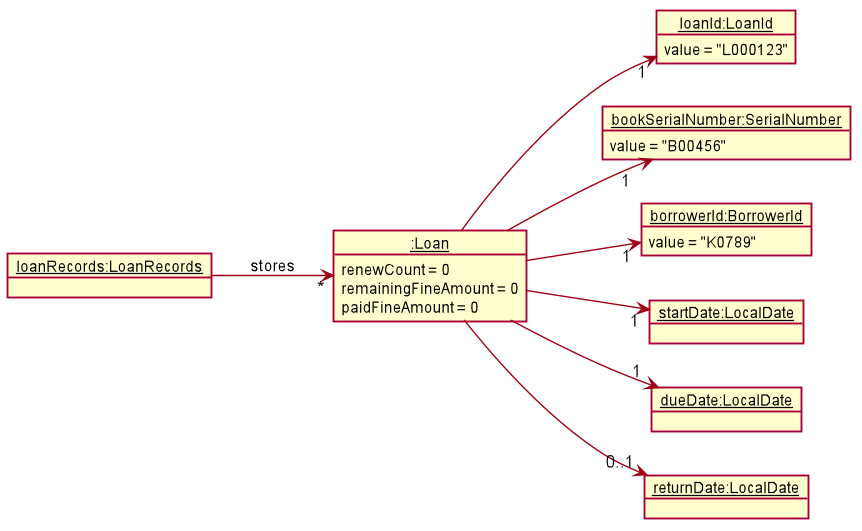
The PlantUML diagram docs/images/LoanObjectDiagram.png in nus-cs2103-AY1920S1/addressbook-level3, before a commit. Source of this version:
```plantuml
@startuml








skinparam BackgroundColor #FFFFFFF

skinparam Shadowing false

skinparam Class {
    FontColor #FFFFFF
    BorderThickness 1
    BorderColor #FFFFFF
    StereotypeFontColor #FFFFFF
    FontName Arial
}

skinparam Actor {
    BorderColor #000000
    Color #000000
    FontName Arial
}

skinparam Sequence {
    MessageAlign center
    BoxFontSize 15
    BoxPadding 0
    BoxFontColor #FFFFFF
    FontName Arial
}

skinparam Participant {
    FontColor #FFFFFFF
    Padding 20
}

skinparam MinClassWidth 50
skinparam ParticipantPadding 10
skinparam Shadowing false
skinparam DefaultTextAlignment center
skinparam packageStyle Rectangle

hide footbox
hide members
hide circle
show members
left to right direction
skinparam arrowThickness 1.1
skinparam arrowColor #9D0012
skinparam classBackgroundColor #9D0012
skinparam ObjectAttributeFontSize 12

object "__loanRecords:LoanRecords__" as LoanRecords
object "__:Loan__" as Loan {
    renewCount = 0
    remainingFineAmount = 0
    paidFineAmount = 0
}
object "__loanId:LoanId__" as LoanId {
    value = "L000123"
}
object "__bookSerialNumber:SerialNumber__" as SerialNumber {
    value = "B00456"
}
object "__borrowerId:BorrowerId__" as BorrowerId {
    value = "K0789"
}
object "__startDate:LocalDate__" as startDate
object "__dueDate:LocalDate__" as dueDate
object "__returnDate:LocalDate__" as returnDate

LoanRecords -->"*" Loan : stores
Loan -->"1" LoanId
Loan -->"1" SerialNumber
Loan -->"1" BorrowerId
Loan -->"1" startDate
Loan -->"1" dueDate
Loan -->"0..1" returnDate

@enduml
```
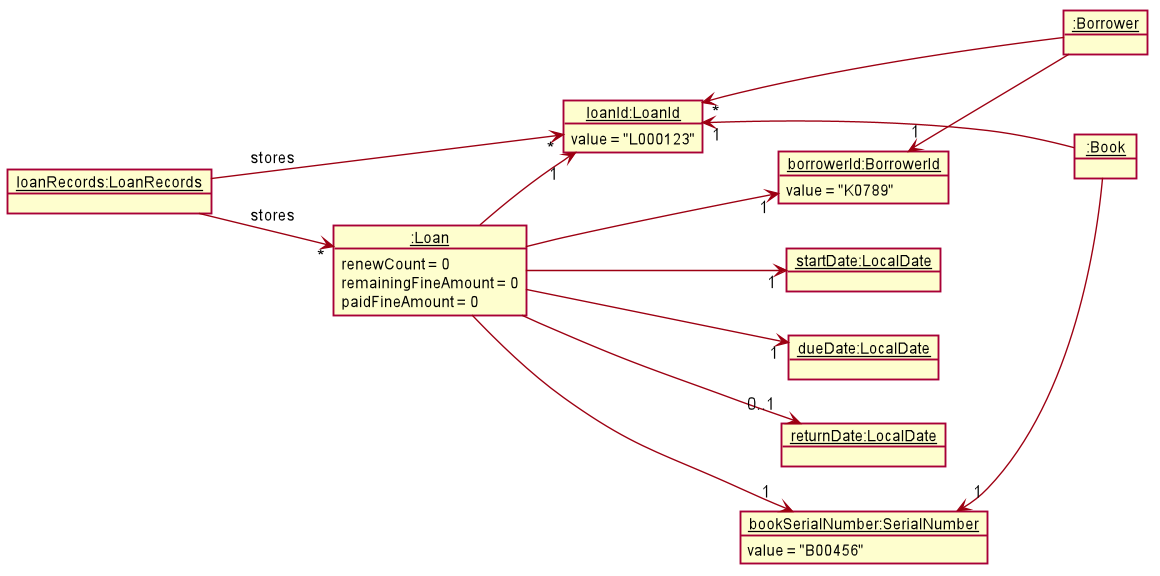
Above is the later version.

Change to the diagram source:
```diff
@@ -72,9 +72,16 @@
 object "__startDate:LocalDate__" as startDate
 object "__dueDate:LocalDate__" as dueDate
 object "__returnDate:LocalDate__" as returnDate
+object "__:Book__" as Book
+object "__:Borrower__" as Borrower
 
 LoanRecords -->"*" Loan : stores
-Loan -->"1" LoanId
+LoanRecords -->"*" LoanId : stores
+Book -left->"1" LoanId
+Book -up->"1" SerialNumber
+Borrower -left->"*" LoanId
+Borrower -up->"1" BorrowerId
+Loan ->"1" LoanId
 Loan -->"1" SerialNumber
 Loan -->"1" BorrowerId
 Loan -->"1" startDate
```
